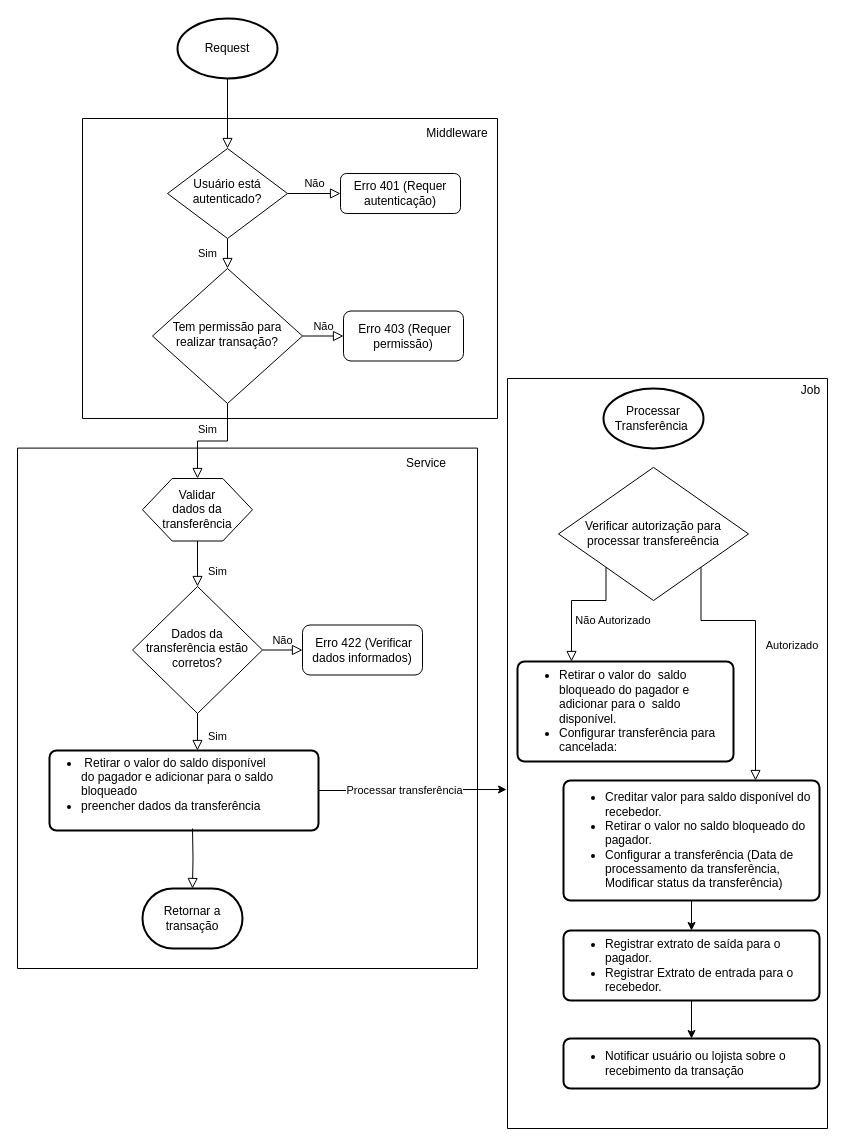
The draw.io diagram documents/transaction_flow.drawio.xml in RodrigoFraga/amount-transfers-api, before the edit. Source tidied: cells renumbered, new cells numbered last; positions are measured from the earlier drawing's top-left corner, leaving out a move shared by most shapes. Both pictures are drawn from the tidied source at 100%, with x=0, y=0 at pixel (17, 18).
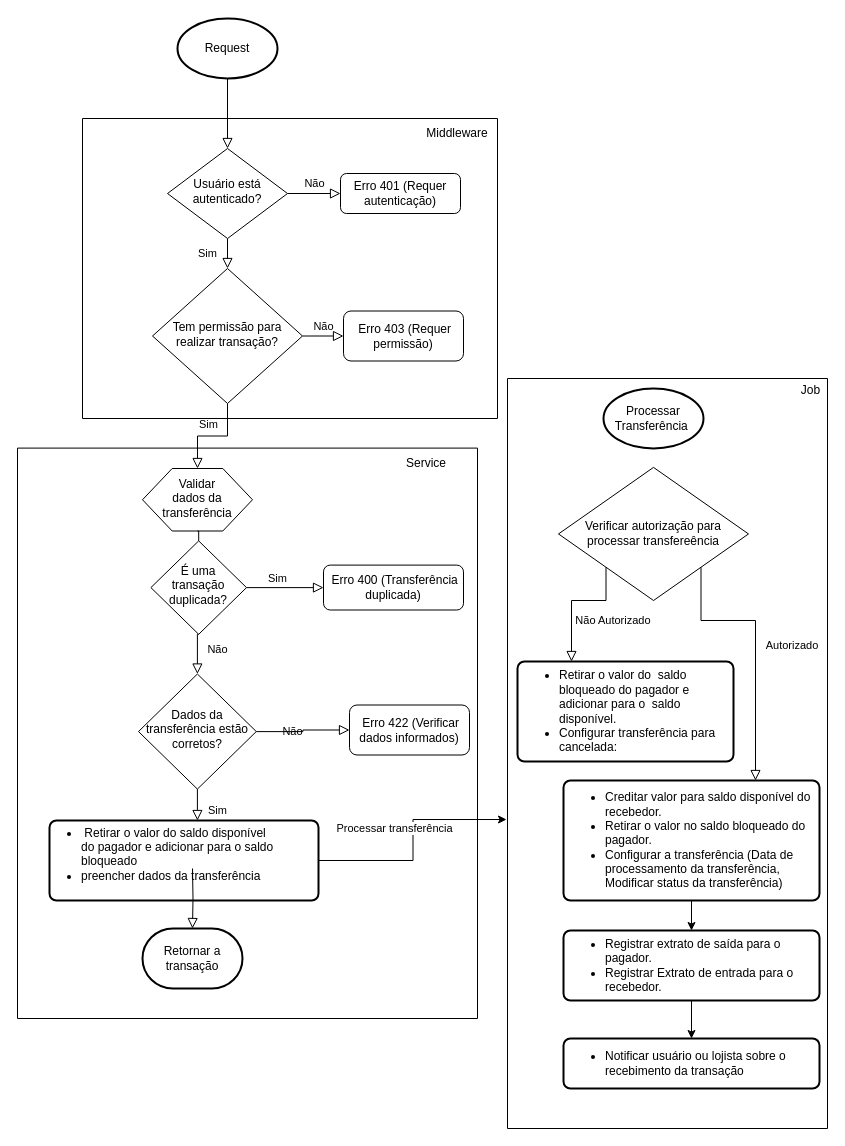
The same diagram, later.

The change refers to these unchanged cells:
```xml
<mxCell id="40" style="swimlane;startSize=0;fillColor=none;" parent="29" vertex="1">
  <mxGeometry width="320" height="750" as="geometry" />
</mxCell>
```

Change to the diagram source:
```diff
@@
-    <mxCell id="13" style="edgeStyle=orthogonalEdgeStyle;rounded=0;jettySize=auto;html=1;entryX=-0.003;entryY=0.548;entryDx=0;entryDy=0;entryPerimeter=0;" parent="1" edge="1" source="27" target="40">
+    <mxCell id="13" style="edgeStyle=orthogonalEdgeStyle;rounded=0;jettySize=auto;html=1;entryX=-0.003;entryY=0.588;entryDx=0;entryDy=0;entryPerimeter=0;" parent="1" edge="1" source="27" target="40">
       <mxGeometry relative="1" as="geometry" />
     </mxCell>
@@
-    <mxCell id="17" value="Dados da transferência estão corretos?" style="rhombus;whiteSpace=wrap;html=1;shadow=0;fontFamily=Helvetica;fontSize=12;align=center;strokeWidth=1;spacing=6;spacingTop=-4;" parent="1" vertex="1">
-      <mxGeometry x="115" y="568" width="130" height="127" as="geometry" />
-    </mxCell>
     <mxCell id="18" value="&amp;nbsp;Erro 422 (Verificar dados informados)" style="rounded=1;whiteSpace=wrap;html=1;fontSize=12;glass=0;strokeWidth=1;shadow=0;" parent="1" vertex="1">
-      <mxGeometry x="285" y="606.5" width="120" height="50" as="geometry" />
+      <mxGeometry x="332" y="686.5" width="120" height="50" as="geometry" />
     </mxCell>
@@
-    <mxCell id="20" value="Sim" style="rounded=0;html=1;jettySize=auto;fontSize=11;endArrow=block;endFill=0;endSize=8;strokeWidth=1;shadow=0;labelBackgroundColor=none;edgeStyle=orthogonalEdgeStyle;entryX=0.5;entryY=0;entryDx=0;entryDy=0;exitX=0.5;exitY=1;exitDx=0;exitDy=0;" parent="1" edge="1" source="25" target="17">
-      <mxGeometry x="0.33" y="20" relative="1" as="geometry" />
-    </mxCell>
@@
     <mxCell id="22" value="Retornar a transação" style="strokeWidth=2;html=1;shape=mxgraph.flowchart.terminator;whiteSpace=wrap;fillColor=none;" parent="1" vertex="1">
-      <mxGeometry x="125" y="870" width="100" height="60" as="geometry" />
+      <mxGeometry x="125" y="910" width="100" height="60" as="geometry" />
     </mxCell>
     <mxCell id="23" style="rounded=0;html=1;jettySize=auto;fontSize=11;endArrow=block;endFill=0;endSize=8;strokeWidth=1;shadow=0;labelBackgroundColor=none;edgeStyle=orthogonalEdgeStyle;" parent="1" edge="1" target="22">
       <mxGeometry x="0.33" y="20" relative="1" as="geometry">
-        <mxPoint x="175" y="810" as="sourcePoint" />
+        <mxPoint x="175" y="850" as="sourcePoint" />
       </mxGeometry>
     </mxCell>
@@
     <mxCell id="25" style="verticalLabelPosition=bottom;verticalAlign=top;html=1;shape=hexagon;perimeter=hexagonPerimeter2;arcSize=6;size=0.27;fillColor=none;" parent="1" vertex="1">
-      <mxGeometry x="125" y="460" width="110" height="62.5" as="geometry" />
+      <mxGeometry x="125" y="450" width="110" height="62.5" as="geometry" />
     </mxCell>
     <mxCell id="26" value="Validar dados da transferência" style="text;html=1;strokeColor=none;fillColor=none;align=center;verticalAlign=middle;whiteSpace=wrap;rounded=0;" parent="1" vertex="1">
-      <mxGeometry x="147" y="475.6" width="66" height="31.2" as="geometry" />
+      <mxGeometry x="147" y="464.6" width="66" height="31.2" as="geometry" />
     </mxCell>
     <mxCell id="27" style="rounded=1;whiteSpace=wrap;html=1;absoluteArcSize=1;arcSize=14;strokeWidth=2;fillColor=none;" parent="1" vertex="1">
-      <mxGeometry x="32" y="732" width="269" height="80" as="geometry" />
+      <mxGeometry x="32" y="802" width="269" height="80" as="geometry" />
     </mxCell>
     <mxCell id="28" value="&lt;div&gt;&lt;ul&gt;&lt;li&gt;&amp;nbsp;Retirar o valor do saldo disponível do pagador e adicionar para o saldo bloqueado&lt;/li&gt;&lt;li&gt;preencher dados da transferência&lt;/li&gt;&lt;/ul&gt;&lt;/div&gt;&lt;div&gt;&lt;br&gt;&lt;/div&gt;" style="text;html=1;strokeColor=none;fillColor=none;align=left;verticalAlign=middle;whiteSpace=wrap;rounded=0;" parent="1" vertex="1">
-      <mxGeometry x="22.1" y="741" width="240.4" height="64" as="geometry" />
+      <mxGeometry x="22.1" y="811" width="240.4" height="64" as="geometry" />
     </mxCell>
@@
     <mxCell id="42" style="swimlane;startSize=0;fillColor=none;" parent="1" vertex="1">
-      <mxGeometry y="429.6" width="460" height="520.4" as="geometry" />
+      <mxGeometry y="429.6" width="460" height="570.4" as="geometry" />
     </mxCell>
+    <mxCell id="43" value="&amp;nbsp;Erro 400 (Transferência duplicada)" style="rounded=1;whiteSpace=wrap;html=1;fontSize=12;glass=0;strokeWidth=1;shadow=0;" parent="42" vertex="1">
+      <mxGeometry x="306" y="117" width="140" height="44.9" as="geometry" />
+    </mxCell>
+    <mxCell id="44" value="É uma transação duplicada?" style="rhombus;whiteSpace=wrap;html=1;shadow=0;fontFamily=Helvetica;fontSize=12;align=center;strokeWidth=1;spacing=6;spacingTop=-4;" parent="42" vertex="1">
+      <mxGeometry x="133.4" y="92.8" width="95.6" height="93.4" as="geometry" />
+    </mxCell>
+    <mxCell id="45" value="Sim" style="edgeStyle=orthogonalEdgeStyle;rounded=0;html=1;jettySize=auto;fontSize=11;endArrow=block;endFill=0;endSize=8;strokeWidth=1;shadow=0;labelBackgroundColor=none;" parent="42" edge="1" source="44" target="43">
+      <mxGeometry x="-0.19" y="9" relative="1" as="geometry" />
+    </mxCell>
+    <mxCell id="17" value="Dados da transferência estão corretos?" style="rhombus;whiteSpace=wrap;html=1;shadow=0;fontFamily=Helvetica;fontSize=12;align=center;strokeWidth=1;spacing=6;spacingTop=-4;" parent="42" vertex="1">
+      <mxGeometry x="121" y="225.9" width="117.8" height="115.1" as="geometry" />
+    </mxCell>
+    <mxCell id="20" value="Não" style="rounded=0;html=1;jettySize=auto;fontSize=11;endArrow=block;endFill=0;endSize=8;strokeWidth=1;shadow=0;labelBackgroundColor=none;edgeStyle=orthogonalEdgeStyle;exitX=0.5;exitY=1;exitDx=0;exitDy=0;startArrow=none;entryX=0.5;entryY=0;entryDx=0;entryDy=0;" parent="42" edge="1" source="44" target="17">
+      <mxGeometry x="-0.24" y="20" relative="1" as="geometry" />
+    </mxCell>
+    <mxCell id="46" style="rounded=0;html=1;jettySize=auto;fontSize=11;endArrow=none;endFill=0;endSize=8;strokeWidth=1;shadow=0;labelBackgroundColor=none;edgeStyle=orthogonalEdgeStyle;entryX=0.5;entryY=0;entryDx=0;entryDy=0;exitX=0.5;exitY=1;exitDx=0;exitDy=0;" parent="1" edge="1" source="25" target="44">
+      <mxGeometry x="0.33" y="20" relative="1" as="geometry" />
+    </mxCell>
```
